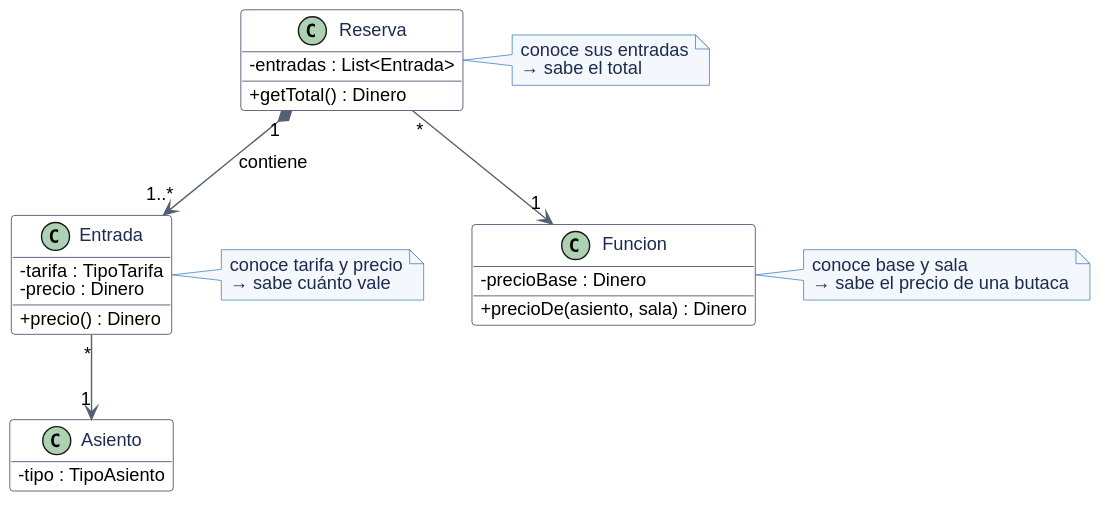
Earlier version of the PlantUML export _other/docs/diagramas/patron-experto.svg (andreiveisuade/cine-uade). The source it was exported from:
```plantuml
@startuml
!include _estilo-patrones.iuml
class Reserva {
  - entradas : List<Entrada>
  + getTotal() : Dinero
}
class Entrada {
  - tarifa : TipoTarifa
  - precio : Dinero
  + precio() : Dinero
}
class Funcion {
  - precioBase : Dinero
  + precioDe(asiento, sala) : Dinero
}
class Asiento {
  - tipo : TipoAsiento
}
Reserva "1" *--> "1..*" Entrada : contiene
Reserva "*" --> "1" Funcion
Entrada "*" --> "1" Asiento
note right of Reserva : conoce sus entradas\n→ sabe el total
note right of Entrada : conoce tarifa y precio\n→ sabe cuánto vale
note right of Funcion : conoce base y sala\n→ sabe el precio de una butaca
@enduml
```
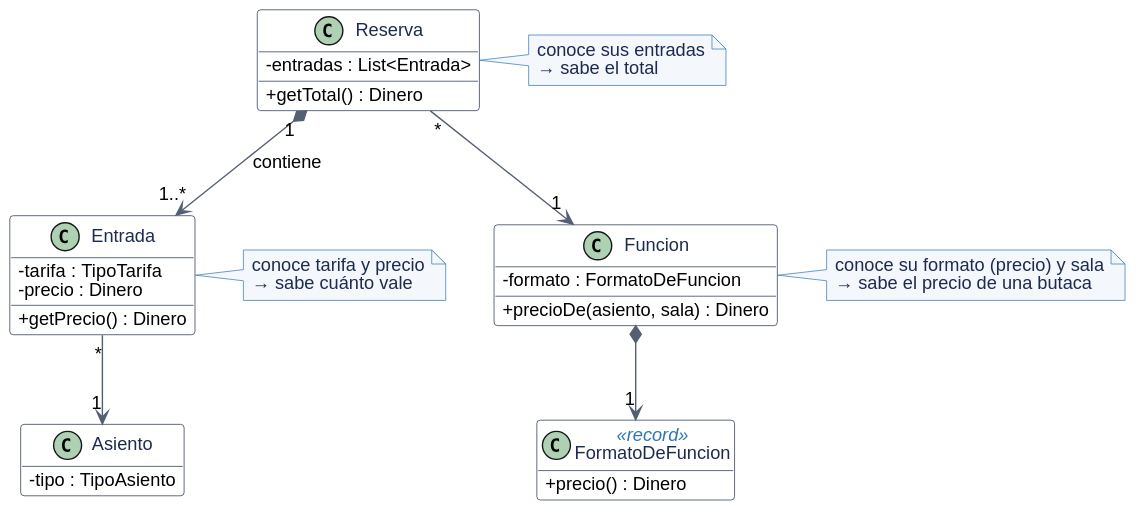
Later version of the same file.

What changed in the source:
```diff
@@ -7,11 +7,14 @@
 class Entrada {
   - tarifa : TipoTarifa
   - precio : Dinero
-  + precio() : Dinero
+  + getPrecio() : Dinero
 }
 class Funcion {
-  - precioBase : Dinero
+  - formato : FormatoDeFuncion
   + precioDe(asiento, sala) : Dinero
+}
+class FormatoDeFuncion <<record>> {
+  + precio() : Dinero
 }
 class Asiento {
   - tipo : TipoAsiento
@@ -19,7 +22,8 @@
 Reserva "1" *--> "1..*" Entrada : contiene
 Reserva "*" --> "1" Funcion
 Entrada "*" --> "1" Asiento
+Funcion *--> "1" FormatoDeFuncion
 note right of Reserva : conoce sus entradas\n→ sabe el total
 note right of Entrada : conoce tarifa y precio\n→ sabe cuánto vale
-note right of Funcion : conoce base y sala\n→ sabe el precio de una butaca
+note right of Funcion : conoce su formato (precio) y sala\n→ sabe el precio de una butaca
 @enduml
```
